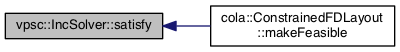
Above: documentation/classvpsc_1_1IncSolver_ae0514b075bdc0329bde9539d7132c343_icgraph.png in mjwybrow/adaptagrams (Graphviz), before the change. Its source is kept beside it as documentation/classvpsc_1_1IncSolver_ae0514b075bdc0329bde9539d7132c343_icgraph.dot.
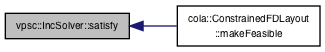
Later version of the same file.

What changed in the source:
```diff
@@ -3,7 +3,7 @@
   edge [fontname="Helvetica",fontsize="10",labelfontname="Helvetica",labelfontsize="10"];
   node [fontname="Helvetica",fontsize="10",shape=record];
   rankdir="LR";
-  Node1 [label="vpsc::IncSolver::satisfy",height=0.2,width=0.4,color="black", fillcolor="grey75", style="filled", fontcolor="black"];
-  Node1 -> Node2 [dir="back",color="midnightblue",fontsize="10",style="solid",fontname="Helvetica"];
-  Node2 [label="cola::ConstrainedFDLayout\l::makeFeasible",height=0.2,width=0.4,color="black", fillcolor="white", style="filled",URL="$classcola_1_1ConstrainedFDLayout.html#a66697e8a428b0d1ecd8d5e042ee7072f",tooltip="Finds a feasible starting position for nodes that satisfies the given constraints. "];
+  Node5 [label="vpsc::IncSolver::satisfy",height=0.2,width=0.4,color="black", fillcolor="grey75", style="filled", fontcolor="black"];
+  Node5 -> Node6 [dir="back",color="midnightblue",fontsize="10",style="solid",fontname="Helvetica"];
+  Node6 [label="cola::ConstrainedFDLayout\l::makeFeasible",height=0.2,width=0.4,color="black", fillcolor="white", style="filled",URL="$classcola_1_1ConstrainedFDLayout.html#a66697e8a428b0d1ecd8d5e042ee7072f",tooltip="Finds a feasible starting position for nodes that satisfies the given constraints. "];
 }
```
